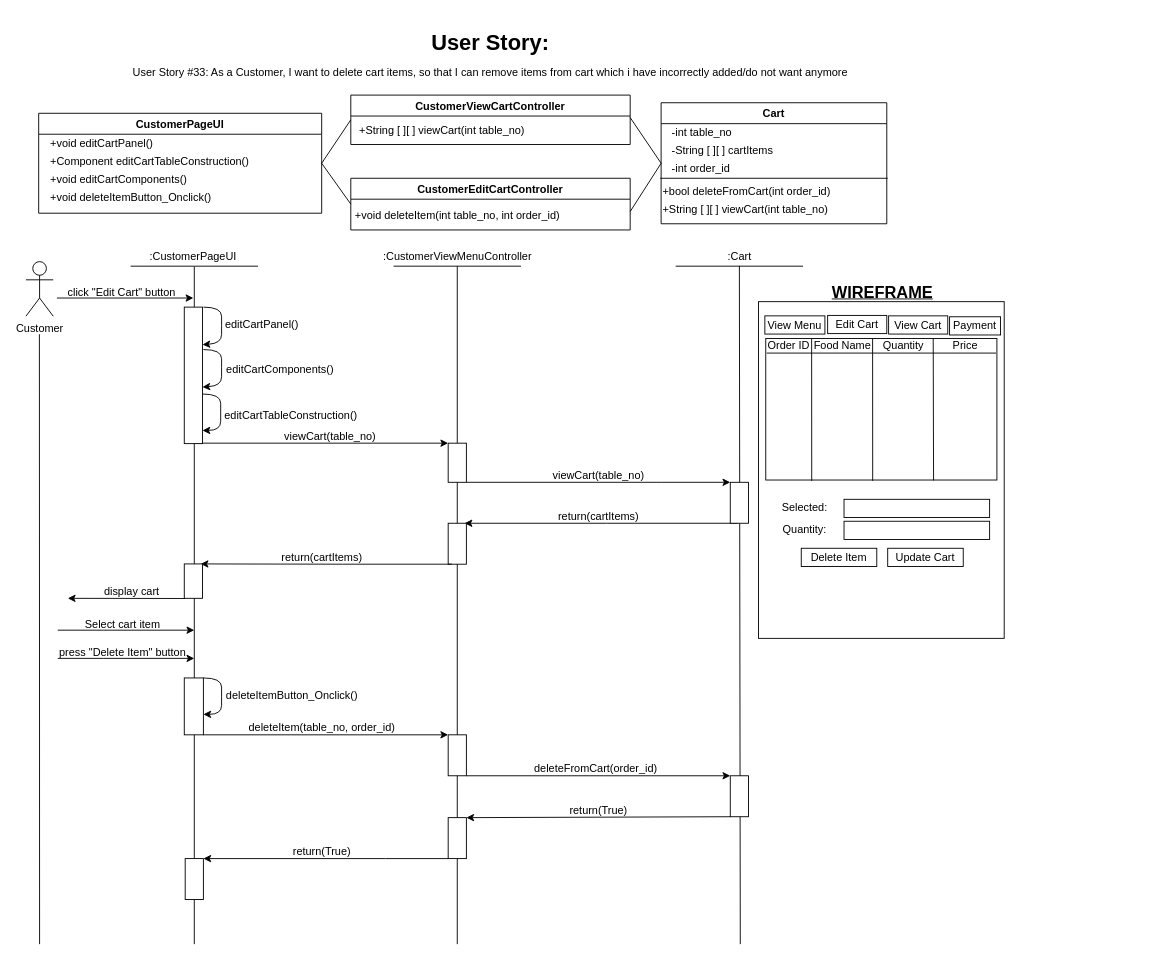
Above: BCE_UML_and_Diagrams/Customer/Customer_DeleteCart(#33)/UserStory#33_Customer_DeleteCart.drawio in extred5700/JAVAGUI-Restaurant-Table-Order-System (draw.io), before the change. Source tidied: cells renumbered, new cells numbered last; positions are measured from the earlier drawing's top-left corner, leaving out a move shared by most shapes. Both pictures are drawn from the tidied source at 91%, with x=0, y=0 at pixel (25, 25).
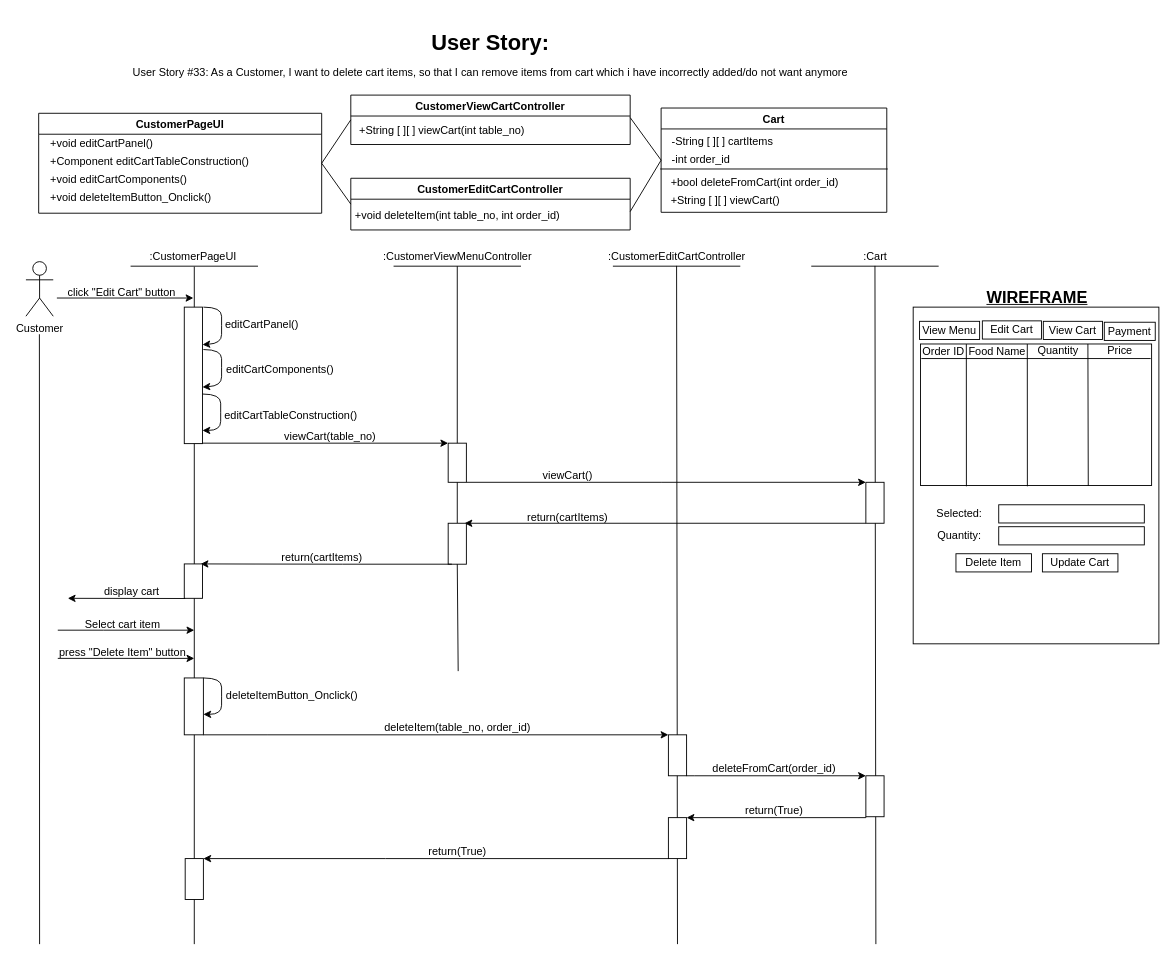
Above is the later version.

Unchanged cells that the change refers to:
```xml
<mxCell id="54" style="rounded=0;whiteSpace=wrap;html=1;" parent="1" vertex="1">
  <mxGeometry x="464" y="547.5" width="20" height="45" as="geometry" />
</mxCell>
```

The edit, as a diff of the source:
```diff
@@
+    <mxCell id="98" style="endArrow=none;html=1;rounded=0;entryX=0.5;entryY=0.982;entryDx=0;entryDy=0;entryPerimeter=0;" parent="1" edge="1" target="99">
+      <mxGeometry relative="1" as="geometry">
+        <mxPoint x="934" y="1010" as="sourcePoint" />
+      </mxGeometry>
+    </mxCell>
     <mxCell id="2" style="rounded=0;whiteSpace=wrap;html=1;" parent="1" vertex="1">
-      <mxGeometry x="805" y="304" width="270" height="370" as="geometry" />
+      <mxGeometry x="975" y="310" width="270" height="370" as="geometry" />
     </mxCell>
@@
     <mxCell id="11" value="Cart" style="swimlane;" parent="1" vertex="1">
-      <mxGeometry x="698" y="85.4" width="248" height="133" as="geometry" />
+      <mxGeometry x="698" y="91.2" width="248" height="114.6" as="geometry" />
     </mxCell>
     <mxCell id="12" style="endArrow=none;html=1;rounded=0;" parent="11" edge="1">
       <mxGeometry relative="1" as="geometry">
-        <mxPoint x="-1" y="83" as="sourcePoint" />
-        <mxPoint x="249" y="83" as="targetPoint" />
+        <mxPoint x="-1" y="67" as="sourcePoint" />
+        <mxPoint x="249" y="67" as="targetPoint" />
       </mxGeometry>
     </mxCell>
-    <mxCell id="13" value="&lt;div style=&quot;text-align: justify&quot;&gt;+String [ ][ ] viewCart(int table_no)&lt;/div&gt;" style="text;html=1;align=left;verticalAlign=middle;strokeColor=none;fillColor=none;" parent="11" vertex="1">
-      <mxGeometry y="108" width="200" height="20" as="geometry" />
+    <mxCell id="13" value="&lt;div style=&quot;text-align: justify&quot;&gt;+String [ ][ ] viewCart()&lt;/div&gt;" style="text;html=1;align=left;verticalAlign=middle;strokeColor=none;fillColor=none;" parent="11" vertex="1">
+      <mxGeometry x="9" y="92" width="140" height="20" as="geometry" />
     </mxCell>
     <mxCell id="14" value="-String [ ][ ] cartItems" style="text;html=1;align=left;verticalAlign=middle;strokeColor=none;fillColor=none;" parent="11" vertex="1">
-      <mxGeometry x="10" y="43" width="130" height="20" as="geometry" />
+      <mxGeometry x="10" y="27" width="130" height="20" as="geometry" />
     </mxCell>
-    <mxCell id="15" value="-int table_no" style="text;html=1;align=left;verticalAlign=middle;strokeColor=none;fillColor=none;" parent="11" vertex="1">
-      <mxGeometry x="10" y="23" width="80" height="20" as="geometry" />
-    </mxCell>
     <mxCell id="16" value="&lt;div style=&quot;text-align: justify&quot;&gt;+bool deleteFromCart(int order_id)&lt;/div&gt;" style="text;html=1;align=left;verticalAlign=middle;strokeColor=none;fillColor=none;" parent="11" vertex="1">
-      <mxGeometry y="88" width="200" height="20" as="geometry" />
+      <mxGeometry x="9" y="72" width="200" height="20" as="geometry" />
     </mxCell>
     <mxCell id="17" value="-int order_id" style="text;html=1;align=left;verticalAlign=middle;strokeColor=none;fillColor=none;" parent="11" vertex="1">
-      <mxGeometry x="10" y="63" width="80" height="20" as="geometry" />
+      <mxGeometry x="10" y="47" width="80" height="20" as="geometry" />
     </mxCell>
@@
-    <mxCell id="24" value=":Cart" style="text;html=1;align=center;verticalAlign=middle;points=[];strokeColor=none;fillColor=none;" parent="1" vertex="1">
-      <mxGeometry x="764" y="245" width="40" height="20" as="geometry" />
+    <mxCell id="24" value=":CustomerEditCartController" style="text;html=1;align=center;verticalAlign=middle;points=[];strokeColor=none;fillColor=none;" parent="1" vertex="1">
+      <mxGeometry x="630" y="245" width="170" height="20" as="geometry" />
     </mxCell>
@@
     <mxCell id="27" style="endArrow=none;html=1;rounded=0;" parent="1" edge="1">
       <mxGeometry relative="1" as="geometry">
-        <mxPoint x="714" y="265" as="sourcePoint" />
-        <mxPoint x="854" y="265" as="targetPoint" />
+        <mxPoint x="645" y="265" as="sourcePoint" />
+        <mxPoint x="785" y="265" as="targetPoint" />
       </mxGeometry>
     </mxCell>
@@
     <mxCell id="32" style="endArrow=none;html=1;rounded=0;entryX=0.5;entryY=0.982;entryDx=0;entryDy=0;entryPerimeter=0;" parent="1" edge="1" target="24">
       <mxGeometry relative="1" as="geometry">
-        <mxPoint x="785" y="1010" as="sourcePoint" />
+        <mxPoint x="716" y="1010" as="sourcePoint" />
       </mxGeometry>
     </mxCell>
     <mxCell id="33" value="View Menu" style="rounded=0;whiteSpace=wrap;html=1;" parent="1" vertex="1">
-      <mxGeometry x="812" y="319.6" width="66" height="20" as="geometry" />
+      <mxGeometry x="982" y="325.6" width="66" height="20" as="geometry" />
     </mxCell>
     <mxCell id="34" value="Edit Cart" style="rounded=0;whiteSpace=wrap;html=1;" parent="1" vertex="1">
-      <mxGeometry x="881" y="319.1" width="65" height="20" as="geometry" />
+      <mxGeometry x="1051" y="325.1" width="65" height="20" as="geometry" />
     </mxCell>
     <mxCell id="35" value="View Cart" style="rounded=0;whiteSpace=wrap;html=1;" parent="1" vertex="1">
-      <mxGeometry x="948" y="319.6" width="65" height="20" as="geometry" />
+      <mxGeometry x="1118" y="325.6" width="65" height="20" as="geometry" />
     </mxCell>
     <mxCell id="36" value="Payment" style="rounded=0;whiteSpace=wrap;html=1;" parent="1" vertex="1">
-      <mxGeometry x="1015" y="320.6" width="56" height="20" as="geometry" />
+      <mxGeometry x="1185" y="326.6" width="56" height="20" as="geometry" />
     </mxCell>
     <mxCell id="37" value="Delete Item" style="rounded=0;whiteSpace=wrap;html=1;" parent="1" vertex="1">
-      <mxGeometry x="852" y="575" width="83" height="20" as="geometry" />
+      <mxGeometry x="1022" y="581" width="83" height="20" as="geometry" />
     </mxCell>
     <mxCell id="38" value="&lt;b&gt;&lt;u&gt;&lt;font style=&quot;font-size: 18px&quot;&gt;WIREFRAME&lt;/font&gt;&lt;/u&gt;&lt;/b&gt;" style="text;html=1;align=center;verticalAlign=middle;strokeColor=none;fillColor=none;" parent="1" vertex="1">
-      <mxGeometry x="876" y="284" width="130" height="20" as="geometry" />
+      <mxGeometry x="1046" y="290" width="130" height="20" as="geometry" />
     </mxCell>
-    <mxCell id="39" style="edgeStyle=orthogonalEdgeStyle;rounded=0;orthogonalLoop=1;jettySize=auto;html=1;exitX=0;exitY=1;exitDx=0;exitDy=0;entryX=0.5;entryY=0;entryDx=0;entryDy=0;fontSize=12;" parent="1" edge="1">
+    <mxCell id="39" style="edgeStyle=orthogonalEdgeStyle;rounded=0;jettySize=auto;html=1;exitX=0;exitY=1;exitDx=0;exitDy=0;entryX=0.5;entryY=0;entryDx=0;entryDy=0;fontSize=12;" parent="1" edge="1" source="40">
       <mxGeometry relative="1" as="geometry">
-        <mxPoint x="782" y="547.5" as="sourcePoint" />
         <mxPoint x="482" y="547.5" as="targetPoint" />
         <Array as="points">
-          <mxPoint x="638" y="547.5" />
-          <mxPoint x="638" y="547.5" />
+          <mxPoint x="655" y="548" />
+          <mxPoint x="655" y="548" />
         </Array>
       </mxGeometry>
     </mxCell>
     <mxCell id="40" style="rounded=0;whiteSpace=wrap;html=1;" parent="1" vertex="1">
-      <mxGeometry x="774" y="502.5" width="20" height="45" as="geometry" />
+      <mxGeometry x="923" y="502.5" width="20" height="45" as="geometry" />
     </mxCell>
@@
     <mxCell id="46" style="rounded=0;whiteSpace=wrap;html=1;" parent="1" vertex="1">
-      <mxGeometry x="813" y="344.5" width="254" height="155.5" as="geometry" />
+      <mxGeometry x="983" y="350.5" width="254" height="155.5" as="geometry" />
     </mxCell>
     <mxCell id="47" value="Order ID" style="text;html=1;align=center;verticalAlign=middle;strokeColor=none;fillColor=none;" parent="1" vertex="1">
-      <mxGeometry x="808" y="342.5" width="60" height="20" as="geometry" />
+      <mxGeometry x="978" y="348.5" width="60" height="20" as="geometry" />
     </mxCell>
     <mxCell id="48" value="Food Name" style="text;html=1;align=center;verticalAlign=middle;strokeColor=none;fillColor=none;" parent="1" vertex="1">
-      <mxGeometry x="857" y="342.5" width="80" height="20" as="geometry" />
+      <mxGeometry x="1027" y="348.5" width="80" height="20" as="geometry" />
     </mxCell>
     <mxCell id="49" value="Price" style="text;html=1;align=center;verticalAlign=middle;strokeColor=none;fillColor=none;" parent="1" vertex="1">
-      <mxGeometry x="1012" y="341.5" width="40" height="20" as="geometry" />
+      <mxGeometry x="1182" y="347.5" width="40" height="20" as="geometry" />
     </mxCell>
     <mxCell id="50" style="endArrow=none;html=1;rounded=0;entryX=0.033;entryY=-0.067;entryDx=0;entryDy=0;entryPerimeter=0;exitX=0.262;exitY=1.006;exitDx=0;exitDy=0;exitPerimeter=0;" parent="1" edge="1">
       <mxGeometry relative="1" as="geometry">
-        <mxPoint x="863.5" y="500.9" as="sourcePoint" />
-        <mxPoint x="863.4" y="344.6" as="targetPoint" />
+        <mxPoint x="1033.5" y="506.9" as="sourcePoint" />
+        <mxPoint x="1033.4" y="350.6" as="targetPoint" />
       </mxGeometry>
     </mxCell>
     <mxCell id="51" style="endArrow=none;html=1;rounded=0;entryX=0.033;entryY=-0.067;entryDx=0;entryDy=0;entryPerimeter=0;exitX=0.726;exitY=1.003;exitDx=0;exitDy=0;exitPerimeter=0;" parent="1" edge="1" source="46">
       <mxGeometry relative="1" as="geometry">
-        <mxPoint x="997" y="344.5" as="targetPoint" />
+        <mxPoint x="1167" y="350.5" as="targetPoint" />
       </mxGeometry>
     </mxCell>
     <mxCell id="52" style="endArrow=none;html=1;rounded=0;exitX=0.194;exitY=0.99;exitDx=0;exitDy=0;exitPerimeter=0;" parent="1" edge="1">
       <mxGeometry relative="1" as="geometry">
-        <mxPoint x="814" y="360.5" as="sourcePoint" />
-        <mxPoint x="1066" y="360.5" as="targetPoint" />
+        <mxPoint x="984" y="366.5" as="sourcePoint" />
+        <mxPoint x="1236" y="366.5" as="targetPoint" />
       </mxGeometry>
     </mxCell>
@@
     <mxCell id="55" style="endArrow=none;html=1;rounded=0;startArrow=none;entryX=0.5;entryY=1;entryDx=0;entryDy=0;entryPerimeter=0;" parent="1" edge="1" target="54">
       <mxGeometry relative="1" as="geometry">
-        <mxPoint x="474" y="1010" as="sourcePoint" />
+        <mxPoint x="475" y="710" as="sourcePoint" />
       </mxGeometry>
     </mxCell>
     <mxCell id="56" value="return(cartItems)" style="text;html=1;align=center;verticalAlign=middle;strokeColor=none;fillColor=none;fontSize=12;" parent="1" vertex="1">
-      <mxGeometry x="579" y="529.8" width="100" height="20" as="geometry" />
+      <mxGeometry x="545" y="530.5" width="100" height="20" as="geometry" />
     </mxCell>
@@
     <mxCell id="64" value="Selected:" style="text;html=1;strokeColor=none;fillColor=none;align=center;verticalAlign=middle;whiteSpace=wrap;rounded=0;" parent="1" vertex="1">
-      <mxGeometry x="813" y="517" width="86" height="28.3" as="geometry" />
+      <mxGeometry x="983" y="523" width="86" height="28.3" as="geometry" />
     </mxCell>
     <mxCell id="65" style="rounded=0;whiteSpace=wrap;html=1;" parent="1" vertex="1">
-      <mxGeometry x="899" y="521.2" width="160" height="20" as="geometry" />
+      <mxGeometry x="1069" y="527.2" width="160" height="20" as="geometry" />
     </mxCell>
     <mxCell id="66" value="Quantity:" style="text;html=1;strokeColor=none;fillColor=none;align=center;verticalAlign=middle;whiteSpace=wrap;rounded=0;" parent="1" vertex="1">
-      <mxGeometry x="813" y="541.2" width="86" height="28.3" as="geometry" />
+      <mxGeometry x="983" y="547.2" width="86" height="28.3" as="geometry" />
     </mxCell>
     <mxCell id="67" style="rounded=0;whiteSpace=wrap;html=1;" parent="1" vertex="1">
-      <mxGeometry x="899" y="545.3" width="160" height="20" as="geometry" />
+      <mxGeometry x="1069" y="551.3" width="160" height="20" as="geometry" />
     </mxCell>
@@
     <mxCell id="75" style="edgeStyle=orthogonalEdgeStyle;rounded=0;jettySize=auto;html=1;exitX=0;exitY=1;exitDx=0;exitDy=0;entryX=1;entryY=0;entryDx=0;entryDy=0;" parent="1" edge="1" source="76" target="88">
       <mxGeometry relative="1" as="geometry">
         <Array as="points">
-          <mxPoint x="484" y="870" />
+          <mxPoint x="923" y="871" />
         </Array>
       </mxGeometry>
     </mxCell>
     <mxCell id="76" style="rounded=0;whiteSpace=wrap;html=1;" parent="1" vertex="1">
-      <mxGeometry x="774" y="825" width="20" height="45" as="geometry" />
+      <mxGeometry x="923" y="825" width="20" height="45" as="geometry" />
     </mxCell>
@@
     <mxCell id="83" style="edgeStyle=orthogonalEdgeStyle;rounded=0;jettySize=auto;html=1;exitX=1;exitY=1;exitDx=0;exitDy=0;entryX=0;entryY=0;entryDx=0;entryDy=0;" parent="1" edge="1" source="84" target="76">
       <mxGeometry relative="1" as="geometry">
         <Array as="points">
-          <mxPoint x="635" y="825" />
-          <mxPoint x="635" y="825" />
+          <mxPoint x="735" y="825" />
+          <mxPoint x="735" y="825" />
         </Array>
       </mxGeometry>
     </mxCell>
     <mxCell id="84" style="rounded=0;whiteSpace=wrap;html=1;" parent="1" vertex="1">
-      <mxGeometry x="464" y="780" width="20" height="45" as="geometry" />
+      <mxGeometry x="706" y="780" width="20" height="45" as="geometry" />
     </mxCell>
     <mxCell id="85" value="&lt;span style=&quot;font-size: 12px&quot;&gt;deleteItem(table_no, order_id)&lt;/span&gt;" style="text;html=1;align=center;verticalAlign=middle;strokeColor=none;fillColor=none;fontSize=16;" parent="1" vertex="1">
-      <mxGeometry x="235" y="755" width="180" height="30" as="geometry" />
+      <mxGeometry x="384" y="755" width="180" height="30" as="geometry" />
     </mxCell>
     <mxCell id="86" value="&lt;span style=&quot;font-size: 12px&quot;&gt;deleteFromCart(order_id)&lt;/span&gt;" style="text;html=1;align=center;verticalAlign=middle;strokeColor=none;fillColor=none;fontSize=16;" parent="1" vertex="1">
-      <mxGeometry x="551" y="800" width="150" height="30" as="geometry" />
+      <mxGeometry x="747" y="800" width="150" height="30" as="geometry" />
     </mxCell>
@@
     <mxCell id="88" style="rounded=0;whiteSpace=wrap;html=1;" parent="1" vertex="1">
-      <mxGeometry x="464" y="871" width="20" height="45" as="geometry" />
+      <mxGeometry x="706" y="871" width="20" height="45" as="geometry" />
     </mxCell>
     <mxCell id="89" value="&lt;span style=&quot;font-size: 12px&quot;&gt;return(True)&lt;/span&gt;" style="text;html=1;align=center;verticalAlign=middle;strokeColor=none;fillColor=none;fontSize=16;" parent="1" vertex="1">
-      <mxGeometry x="589" y="847" width="80" height="30" as="geometry" />
+      <mxGeometry x="782" y="847" width="80" height="30" as="geometry" />
     </mxCell>
@@
     <mxCell id="91" value="&lt;span style=&quot;font-size: 12px&quot;&gt;return(True)&lt;/span&gt;" style="text;html=1;align=center;verticalAlign=middle;strokeColor=none;fillColor=none;fontSize=16;" parent="1" vertex="1">
-      <mxGeometry x="285" y="892" width="80" height="30" as="geometry" />
+      <mxGeometry x="434" y="892" width="80" height="30" as="geometry" />
     </mxCell>
-    <mxCell id="92" value="&lt;div style=&quot;text-align: left&quot;&gt;&lt;span&gt;viewCart(table_no)&lt;/span&gt;&lt;/div&gt;" style="text;html=1;align=center;verticalAlign=middle;strokeColor=none;fillColor=none;" parent="1" vertex="1">
-      <mxGeometry x="569" y="484.5" width="120" height="20" as="geometry" />
+    <mxCell id="92" value="&lt;div style=&quot;text-align: left&quot;&gt;&lt;span&gt;viewCart()&lt;/span&gt;&lt;/div&gt;" style="text;html=1;align=center;verticalAlign=middle;strokeColor=none;fillColor=none;" parent="1" vertex="1">
+      <mxGeometry x="560" y="485.2" width="70" height="20" as="geometry" />
     </mxCell>
@@
     <mxCell id="95" style="endArrow=none;html=1;rounded=0;entryX=0.033;entryY=-0.067;entryDx=0;entryDy=0;entryPerimeter=0;exitX=0.262;exitY=1.006;exitDx=0;exitDy=0;exitPerimeter=0;" parent="1" edge="1">
       <mxGeometry relative="1" as="geometry">
-        <mxPoint x="930.5" y="500.9" as="sourcePoint" />
-        <mxPoint x="930.4" y="344.6" as="targetPoint" />
+        <mxPoint x="1100.5" y="506.9" as="sourcePoint" />
+        <mxPoint x="1100.4" y="350.6" as="targetPoint" />
       </mxGeometry>
     </mxCell>
     <mxCell id="96" value="Quantity" style="text;html=1;align=center;verticalAlign=middle;strokeColor=none;fillColor=none;" parent="1" vertex="1">
-      <mxGeometry x="934" y="341.5" width="60" height="20" as="geometry" />
+      <mxGeometry x="1104" y="347.5" width="60" height="20" as="geometry" />
     </mxCell>
     <mxCell id="97" value="Update Cart" style="rounded=0;whiteSpace=wrap;html=1;" parent="1" vertex="1">
-      <mxGeometry x="947" y="575" width="83" height="20" as="geometry" />
+      <mxGeometry x="1117" y="581" width="83" height="20" as="geometry" />
     </mxCell>
+    <mxCell id="99" value=":Cart" style="text;html=1;align=center;verticalAlign=middle;points=[];strokeColor=none;fillColor=none;" parent="1" vertex="1">
+      <mxGeometry x="913" y="245" width="40" height="20" as="geometry" />
+    </mxCell>
+    <mxCell id="100" style="endArrow=none;html=1;rounded=0;" parent="1" edge="1">
+      <mxGeometry relative="1" as="geometry">
+        <mxPoint x="863" y="265" as="sourcePoint" />
+        <mxPoint x="1003" y="265" as="targetPoint" />
+      </mxGeometry>
+    </mxCell>
```
